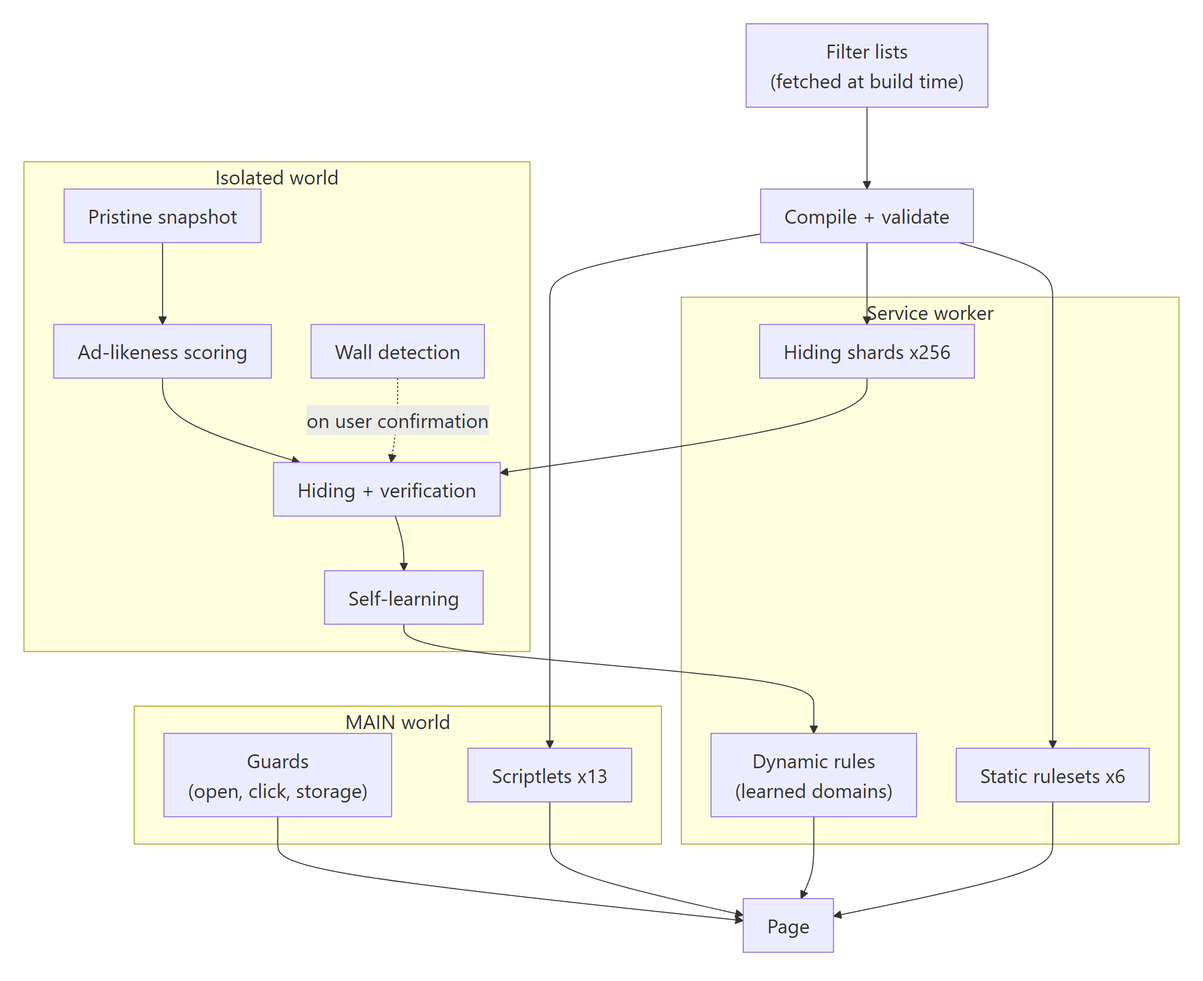
jfxia/AdBlow keeps this Mermaid diagram as docs/diagrams/architecture-en.png. Above is the earlier version. Its source is kept beside it as docs/diagrams/architecture-en.mmd.
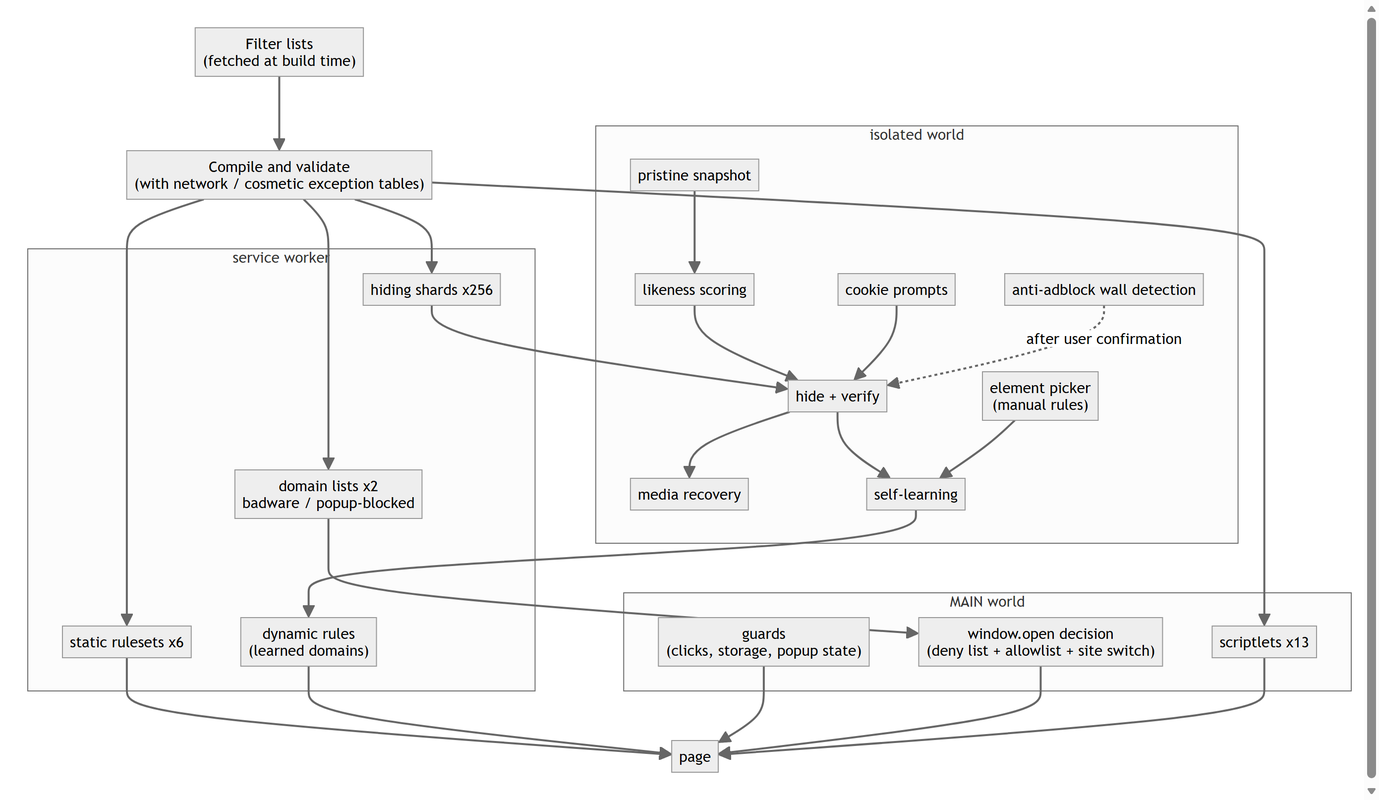
After the change.

Diff of the diagram source:
```diff
@@ -1,43 +1,54 @@
 flowchart TB
   lists["Filter lists<br/>(fetched at build time)"]
-  compile["Compile + validate"]
+  compile["Compile and validate<br/>(with network / cosmetic exception tables)"]
   lists --> compile
 
-  subgraph sw["Service worker"]
+  subgraph sw["service worker"]
     direction TB
-    rules["Static rulesets x6"]
-    dynamic["Dynamic rules<br/>(learned domains)"]
-    shards["Hiding shards x256"]
+    rules["static rulesets x6"]
+    dynamic["dynamic rules<br/>(learned domains)"]
+    shards["hiding shards x256"]
+    domains["domain lists x2<br/>badware / popup-blocked"]
   end
 
-  subgraph iso["Isolated world"]
+  subgraph iso["isolated world"]
     direction TB
-    snapshot["Pristine snapshot"]
-    score["Ad-likeness scoring"]
-    hiding["Hiding + verification"]
-    learn["Self-learning"]
-    wall["Wall detection"]
+    snapshot["pristine snapshot"]
+    score["likeness scoring"]
+    hiding["hide + verify"]
+    recover["media recovery"]
+    learn["self-learning"]
+    consent["cookie prompts"]
+    wall["anti-adblock wall detection"]
+    picker["element picker<br/>(manual rules)"]
   end
 
   subgraph mw["MAIN world"]
     direction TB
-    guards["Guards<br/>(open, click, storage)"]
-    scriptlets["Scriptlets x13"]
+    guards["guards<br/>(clicks, storage, popup state)"]
+    popup["window.open decision<br/>(deny list + allowlist + site switch)"]
+    scriptlets["scriptlets x13"]
   end
 
-  page["Page"]
+  page["page"]
 
   compile --> rules
   compile --> shards
   compile --> scriptlets
+  compile --> domains
   shards --> hiding
+  domains --> popup
   snapshot --> score
   score --> hiding
+  hiding --> recover
   hiding --> learn
+  consent --> hiding
+  picker --> learn
   learn --> dynamic
-  wall -. "on user confirmation" .-> hiding
-  hiding ~~~ guards
+  wall -. "after user confirmation" .-> hiding
+  hiding ~~~ popup
   rules --> page
   dynamic --> page
   guards --> page
+  popup --> page
   scriptlets --> page
```
